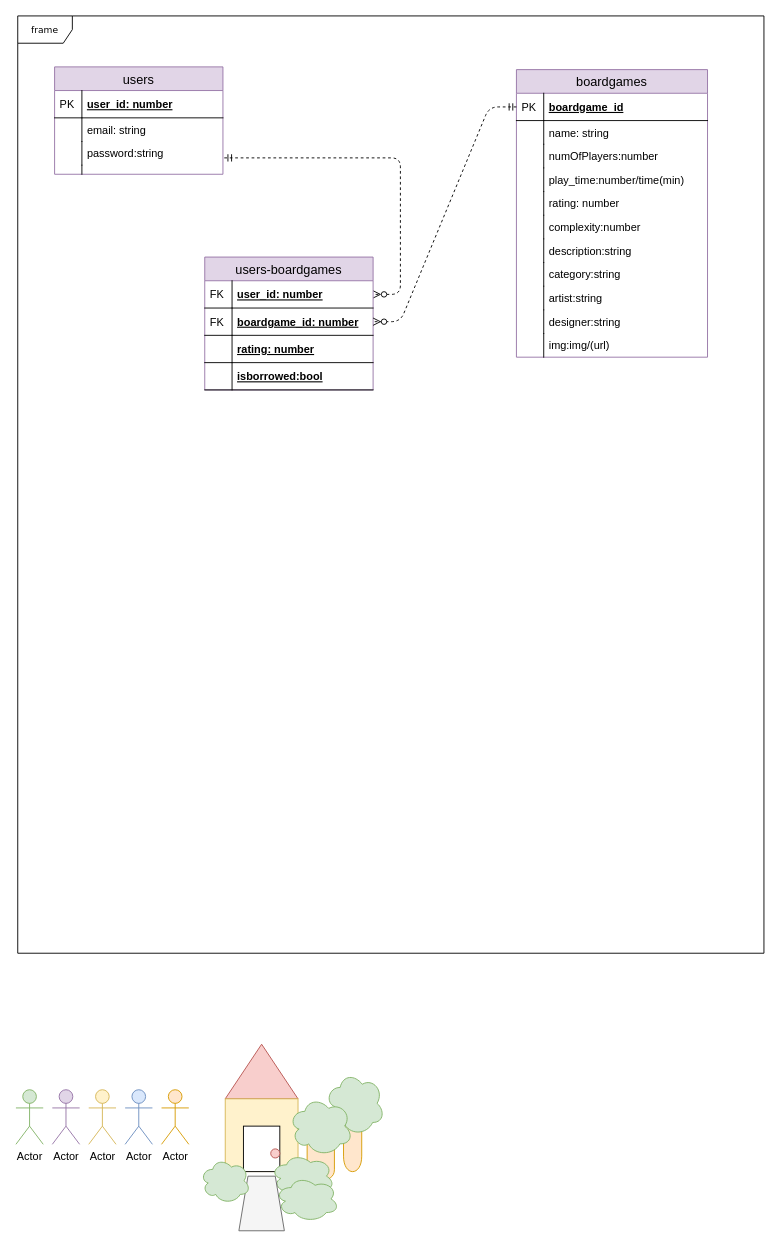
Alexandria/boardgame-backend keeps this draw.io diagram as BoardGameApp.drawio. Above is the earlier version. Source tidied: cells renumbered, new cells numbered last; positions are measured from the earlier drawing's top-left corner, leaving out a move shared by most shapes. Both pictures are drawn from the tidied source at 91%, with x=0, y=0 at pixel (15, 15).
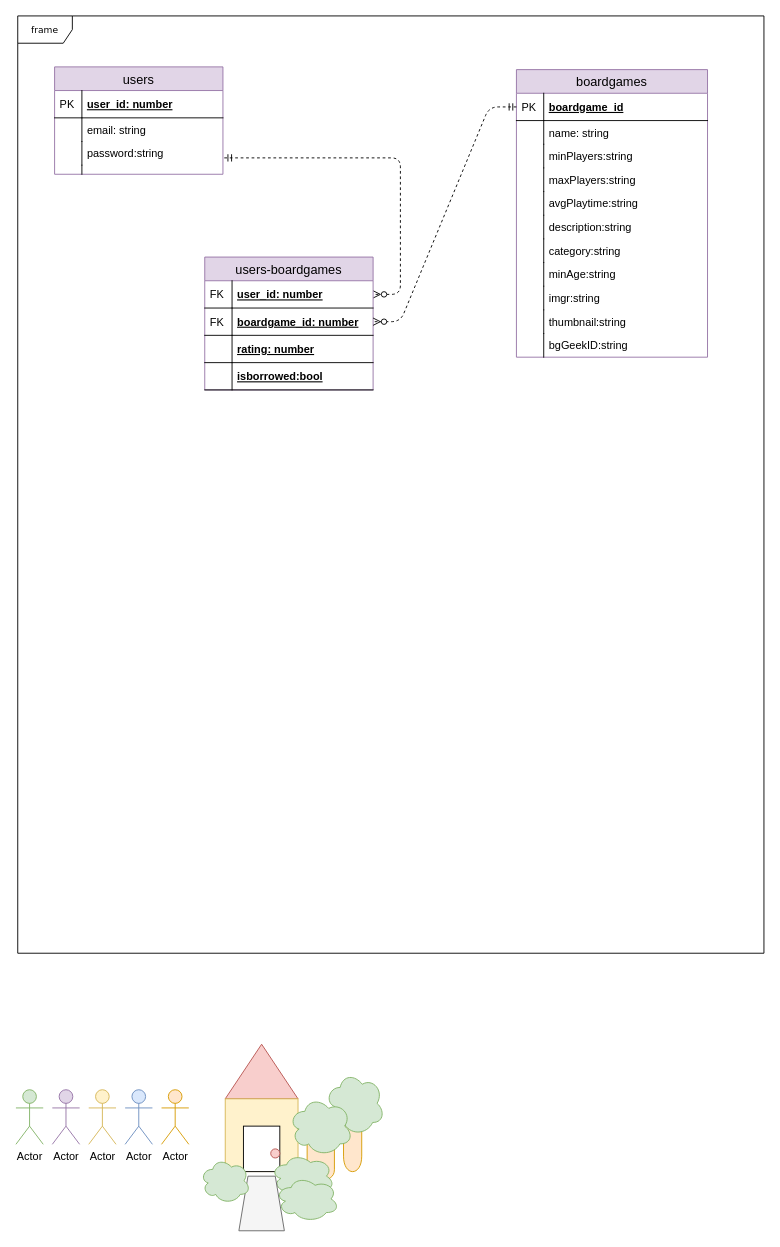
The same page after the edit.

Commit message (it also covers changes not shown here):
Update my ERD model

Unchanged cells that the change refers to:
```xml
<mxCell id="29" value="boardgames" style="swimlane;fontStyle=0;horizontal=1;startSize=26;fillColor=#e1d5e7;swimlaneFillColor=#ffffff;align=center;fontSize=14;strokeColor=#9673a6;" parent="1" vertex="1">
  <mxGeometry x="550" y="59" width="210" height="316" as="geometry" />
</mxCell>
```

What changed in the source:
```diff
@@
-    <mxCell id="34" value="numOfPlayers:number" style="shape=partialRectangle;top=0;left=0;right=0;bottom=0;align=left;verticalAlign=top;fillColor=none;spacingLeft=34;spacingRight=4;overflow=hidden;fontSize=12;" parent="29" vertex="1">
+    <mxCell id="34" value="minPlayers:string" style="shape=partialRectangle;top=0;left=0;right=0;bottom=0;align=left;verticalAlign=top;fillColor=none;spacingLeft=34;spacingRight=4;overflow=hidden;fontSize=12;" parent="29" vertex="1">
       <mxGeometry y="82" width="210" height="26" as="geometry" />
     </mxCell>
@@
-    <mxCell id="36" value="play_time:number/time(min)" style="shape=partialRectangle;top=0;left=0;right=0;bottom=0;align=left;verticalAlign=top;fillColor=none;spacingLeft=34;spacingRight=4;overflow=hidden;fontSize=12;" parent="29" vertex="1">
+    <mxCell id="36" value="maxPlayers:string" style="shape=partialRectangle;top=0;left=0;right=0;bottom=0;align=left;verticalAlign=top;fillColor=none;spacingLeft=34;spacingRight=4;overflow=hidden;fontSize=12;" parent="29" vertex="1">
       <mxGeometry y="108" width="210" height="26" as="geometry" />
     </mxCell>
@@
-    <mxCell id="38" value="rating: number" style="shape=partialRectangle;top=0;left=0;right=0;bottom=0;align=left;verticalAlign=top;fillColor=none;spacingLeft=34;spacingRight=4;overflow=hidden;fontSize=12;" parent="29" vertex="1">
+    <mxCell id="38" value="avgPlaytime:string" style="shape=partialRectangle;top=0;left=0;right=0;bottom=0;align=left;verticalAlign=top;fillColor=none;spacingLeft=34;spacingRight=4;overflow=hidden;fontSize=12;" parent="29" vertex="1">
       <mxGeometry y="134" width="210" height="26" as="geometry" />
     </mxCell>
@@
-    <mxCell id="40" value="complexity:number" style="shape=partialRectangle;top=0;left=0;right=0;bottom=0;align=left;verticalAlign=top;fillColor=none;spacingLeft=34;spacingRight=4;overflow=hidden;fontSize=12;" parent="29" vertex="1">
-      <mxGeometry y="160" width="210" height="26" as="geometry" />
-    </mxCell>
-    <mxCell id="41" style="shape=partialRectangle;top=0;left=0;bottom=0;fillColor=none;align=left;verticalAlign=top;spacingLeft=4;spacingRight=4;overflow=hidden;fontSize=12;" parent="40" vertex="1">
-      <mxGeometry width="30" height="26" as="geometry" />
-    </mxCell>
     <mxCell id="42" value="description:string" style="shape=partialRectangle;top=0;left=0;right=0;bottom=0;align=left;verticalAlign=top;fillColor=none;spacingLeft=34;spacingRight=4;overflow=hidden;fontSize=12;" parent="29" vertex="1">
-      <mxGeometry y="186" width="210" height="26" as="geometry" />
+      <mxGeometry y="160" width="210" height="26" as="geometry" />
     </mxCell>
@@
     <mxCell id="44" value="category:string" style="shape=partialRectangle;top=0;left=0;right=0;bottom=0;align=left;verticalAlign=top;fillColor=none;spacingLeft=34;spacingRight=4;overflow=hidden;fontSize=12;" parent="29" vertex="1">
-      <mxGeometry y="212" width="210" height="26" as="geometry" />
+      <mxGeometry y="186" width="210" height="26" as="geometry" />
     </mxCell>
@@
-    <mxCell id="46" value="artist:string" style="shape=partialRectangle;top=0;left=0;right=0;bottom=0;align=left;verticalAlign=top;fillColor=none;spacingLeft=34;spacingRight=4;overflow=hidden;fontSize=12;" parent="29" vertex="1">
-      <mxGeometry y="238" width="210" height="26" as="geometry" />
+    <mxCell id="46" value="minAge:string" style="shape=partialRectangle;top=0;left=0;right=0;bottom=0;align=left;verticalAlign=top;fillColor=none;spacingLeft=34;spacingRight=4;overflow=hidden;fontSize=12;" parent="29" vertex="1">
+      <mxGeometry y="212" width="210" height="26" as="geometry" />
     </mxCell>
@@
-    <mxCell id="48" value="designer:string" style="shape=partialRectangle;top=0;left=0;right=0;bottom=0;align=left;verticalAlign=top;fillColor=none;spacingLeft=34;spacingRight=4;overflow=hidden;fontSize=12;" parent="29" vertex="1">
-      <mxGeometry y="264" width="210" height="26" as="geometry" />
+    <mxCell id="48" value="imgr:string" style="shape=partialRectangle;top=0;left=0;right=0;bottom=0;align=left;verticalAlign=top;fillColor=none;spacingLeft=34;spacingRight=4;overflow=hidden;fontSize=12;" parent="29" vertex="1">
+      <mxGeometry y="238" width="210" height="26" as="geometry" />
     </mxCell>
@@
-    <mxCell id="50" value="img:img/(url)" style="shape=partialRectangle;top=0;left=0;right=0;bottom=0;align=left;verticalAlign=top;fillColor=none;spacingLeft=34;spacingRight=4;overflow=hidden;fontSize=12;" parent="29" vertex="1">
-      <mxGeometry y="290" width="210" height="26" as="geometry" />
+    <mxCell id="50" value="thumbnail:string" style="shape=partialRectangle;top=0;left=0;right=0;bottom=0;align=left;verticalAlign=top;fillColor=none;spacingLeft=34;spacingRight=4;overflow=hidden;fontSize=12;" parent="29" vertex="1">
+      <mxGeometry y="264" width="210" height="26" as="geometry" />
     </mxCell>
@@
+    <mxCell id="63" value="bgGeekID:string" style="shape=partialRectangle;top=0;left=0;right=0;bottom=0;align=left;verticalAlign=top;fillColor=none;spacingLeft=34;spacingRight=4;overflow=hidden;fontSize=12;" parent="29" vertex="1">
+      <mxGeometry y="290" width="210" height="26" as="geometry" />
+    </mxCell>
+    <mxCell id="41" style="shape=partialRectangle;top=0;left=0;bottom=0;fillColor=none;align=left;verticalAlign=top;spacingLeft=4;spacingRight=4;overflow=hidden;fontSize=12;" parent="63" vertex="1">
+      <mxGeometry width="30" height="26" as="geometry" />
+    </mxCell>
```
